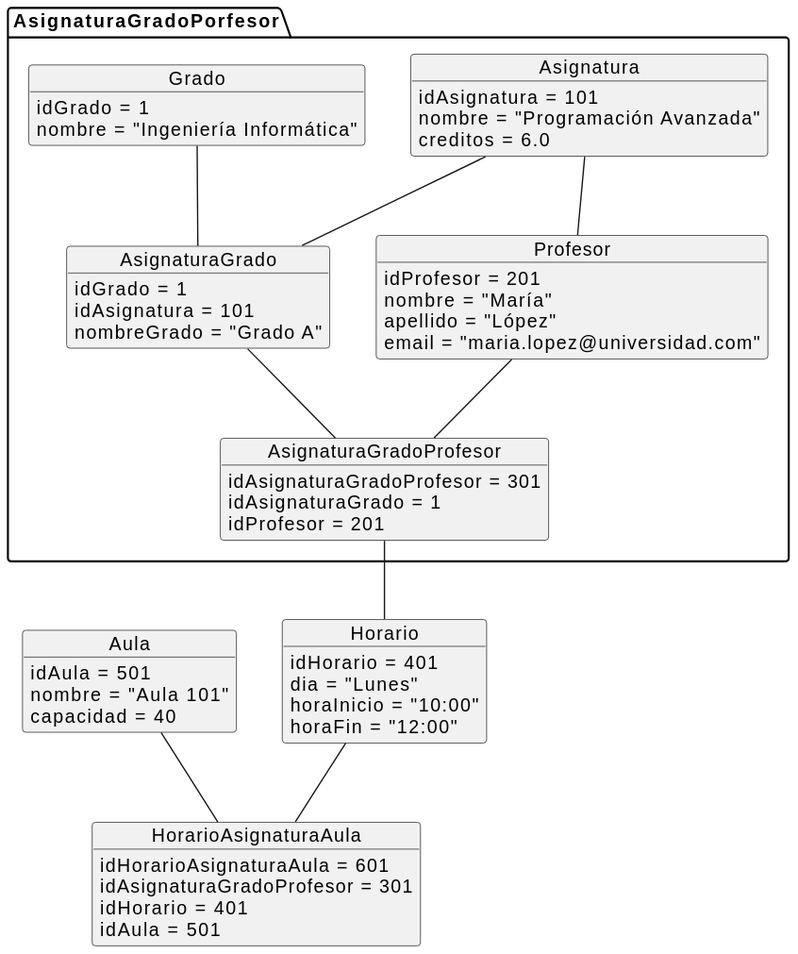
This is modeloDelDominio/imagenes/DiagramaDeObjetos.svg from mmasias/24-25-IdSw1-SDR, a PlantUML export, as it was before one commit.
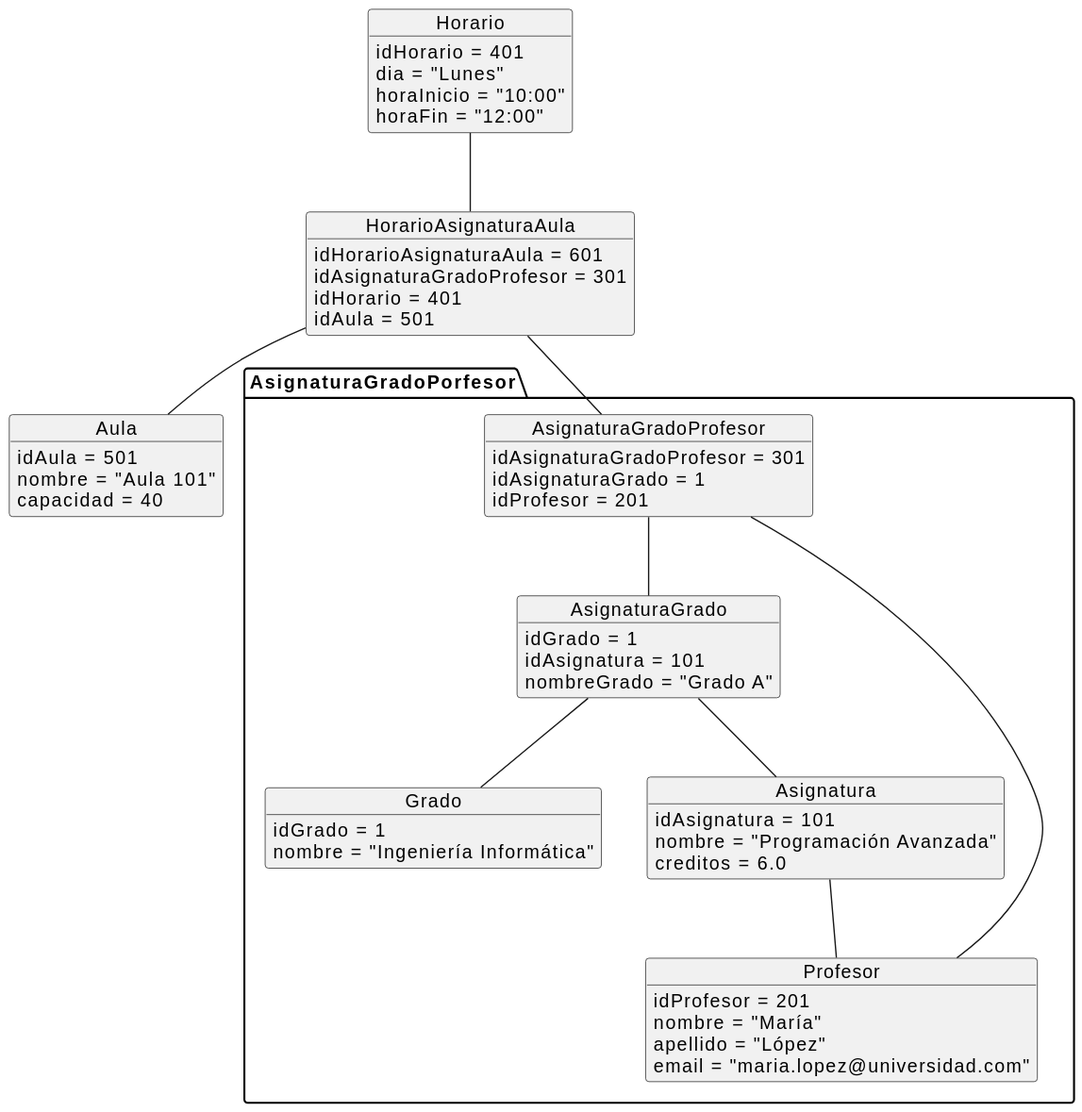
After the change.

Commit message:
Diagramas de clases y objetos corregidos

The edit, as a diff of the source:
```diff
@@ -1,4 +1,24 @@
 @startuml
+object Horario {
+  idHorario = 401
+  dia = "Lunes"
+  horaInicio = "10:00"
+  horaFin = "12:00"
+}
+
+object HorarioAsignaturaAula {
+  idHorarioAsignaturaAula = 601
+  idAsignaturaGradoProfesor = 301
+  idHorario = 401
+  idAula = 501
+}
+
+object Aula {
+  idAula = 501
+  nombre = "Aula 101"
+  capacidad = 40
+}
+
 package "AsignaturaGradoPorfesor" {
 object Grado {
   idGrado = 1
@@ -30,32 +50,13 @@
   idProfesor = 201
 }
 }
-object Horario {
-  idHorario = 401
-  dia = "Lunes"
-  horaInicio = "10:00"
-  horaFin = "12:00"
-}
 
-object Aula {
-  idAula = 501
-  nombre = "Aula 101"
-  capacidad = 40
-}
-
-object HorarioAsignaturaAula {
-  idHorarioAsignaturaAula = 601
-  idAsignaturaGradoProfesor = 301
-  idHorario = 401
-  idAula = 501
-}
-
-Grado -- AsignaturaGrado
-Asignatura -- AsignaturaGrado
+AsignaturaGradoProfesor -- AsignaturaGrado
+AsignaturaGradoProfesor -- Profesor
+AsignaturaGrado -- Grado
+AsignaturaGrado -- Asignatura
 Asignatura -- Profesor
-AsignaturaGrado -- AsignaturaGradoProfesor
-Profesor -- AsignaturaGradoProfesor
-AsignaturaGradoProfesor -- Horario
 Horario -- HorarioAsignaturaAula
-Aula -- HorarioAsignaturaAula
+HorarioAsignaturaAula -- Aula
+HorarioAsignaturaAula -- AsignaturaGradoProfesor
 @enduml
```
